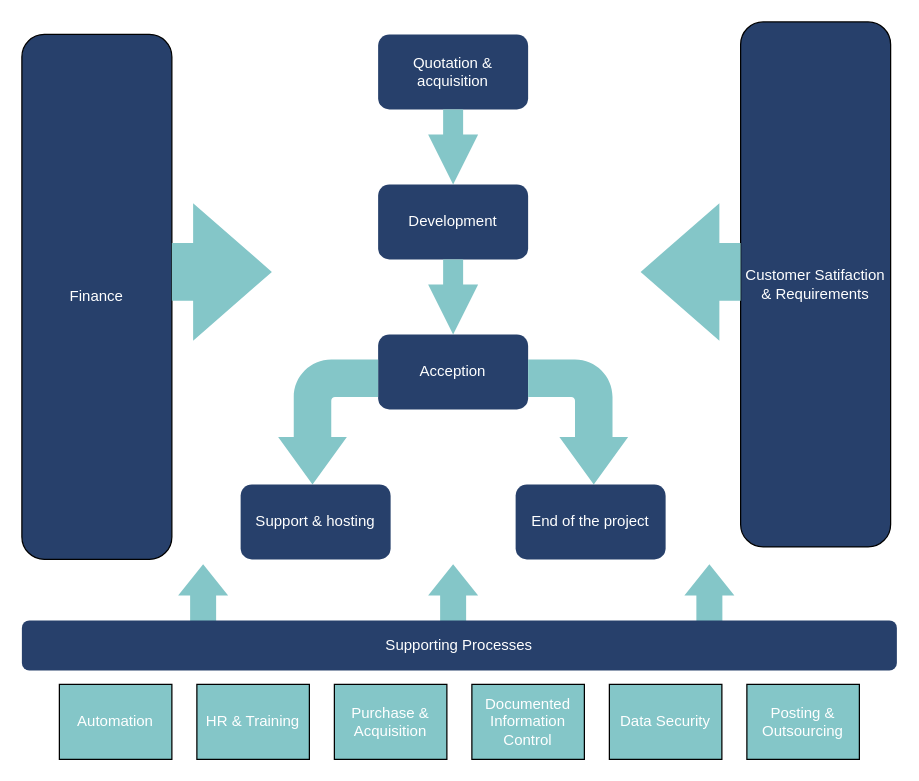
This is page "project process" (2 of 16) of gfx/verslag graphix.drawio from codefink2020/afstudeerverslag, a draw.io file, before an edit. Source tidied: cells renumbered, new cells numbered last; positions are measured from the earlier drawing's top-left corner, leaving out a move shared by most shapes. Both pictures are drawn from the tidied source at 125%, with x=0, y=0 at pixel (21, 21).
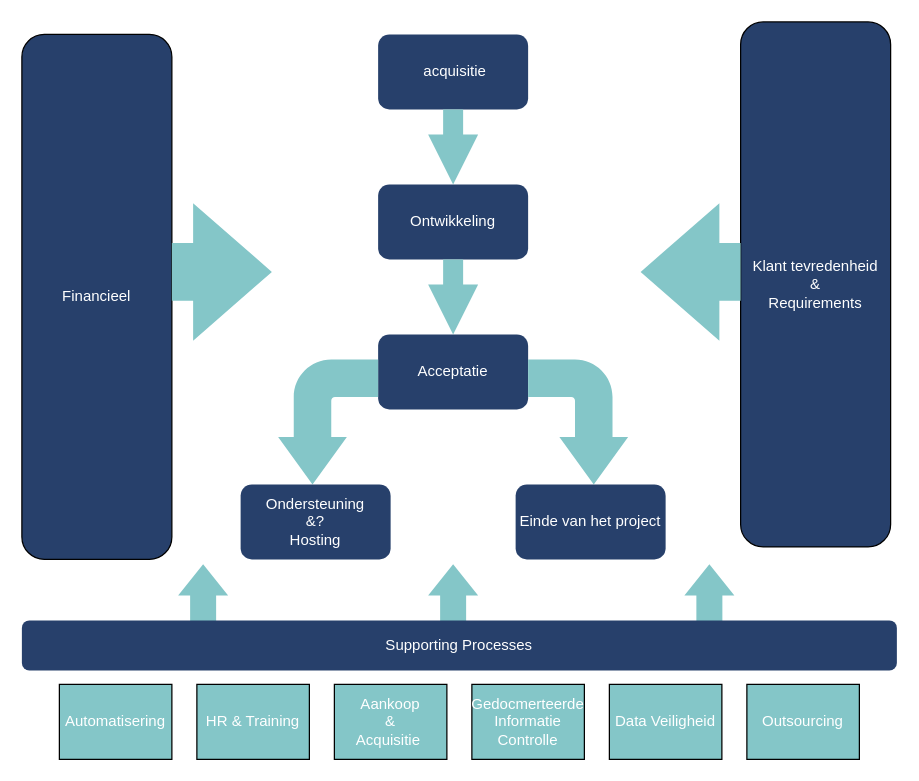
The same page after the edit.

What changed in the source:
```diff
@@
-    <mxCell id="2" value="Quotation &amp;amp; acquisition" style="rounded=1;whiteSpace=wrap;html=1;fontColor=#FFFFFF;fillColor=#27406B;strokeColor=none;" parent="1" vertex="1">
+    <mxCell id="2" value="&amp;nbsp;acquisitie" style="rounded=1;whiteSpace=wrap;html=1;fontColor=#FFFFFF;fillColor=#27406B;strokeColor=none;" parent="1" vertex="1">
       <mxGeometry x="285" y="10" width="120" height="60" as="geometry" />
     </mxCell>
@@
-    <mxCell id="4" value="Development" style="rounded=1;whiteSpace=wrap;html=1;fontColor=#FFFFFF;fillColor=#27406B;strokeColor=none;" parent="1" vertex="1">
+    <mxCell id="4" value="Ontwikkeling" style="rounded=1;whiteSpace=wrap;html=1;fontColor=#FFFFFF;fillColor=#27406B;strokeColor=none;" parent="1" vertex="1">
       <mxGeometry x="285" y="130" width="120" height="60" as="geometry" />
     </mxCell>
@@
-    <mxCell id="6" value="Acception" style="rounded=1;whiteSpace=wrap;html=1;fontColor=#FFFFFF;fillColor=#27406B;strokeColor=none;" parent="1" vertex="1">
+    <mxCell id="6" value="Acceptatie" style="rounded=1;whiteSpace=wrap;html=1;fontColor=#FFFFFF;fillColor=#27406B;strokeColor=none;" parent="1" vertex="1">
       <mxGeometry x="285" y="250" width="120" height="60" as="geometry" />
     </mxCell>
@@
-    <mxCell id="9" value="Support &amp;amp; hosting" style="rounded=1;whiteSpace=wrap;html=1;fontColor=#FFFFFF;fillColor=#27406B;strokeColor=none;" parent="1" vertex="1">
+    <mxCell id="9" value="Ondersteuning &lt;br&gt;&amp;amp;?&lt;br&gt;Hosting" style="rounded=1;whiteSpace=wrap;html=1;fontColor=#FFFFFF;fillColor=#27406B;strokeColor=none;" parent="1" vertex="1">
       <mxGeometry x="175" y="370" width="120" height="60" as="geometry" />
     </mxCell>
-    <mxCell id="10" value="End of the project" style="rounded=1;whiteSpace=wrap;html=1;fontColor=#FFFFFF;fillColor=#27406B;strokeColor=none;" parent="1" vertex="1">
+    <mxCell id="10" value="Einde van het project" style="rounded=1;whiteSpace=wrap;html=1;fontColor=#FFFFFF;fillColor=#27406B;strokeColor=none;" parent="1" vertex="1">
       <mxGeometry x="395" y="370" width="120" height="60" as="geometry" />
     </mxCell>
-    <mxCell id="11" value="Finance" style="rounded=1;whiteSpace=wrap;html=1;fontColor=#FFFFFF;fillColor=#27406B;" parent="1" vertex="1">
+    <mxCell id="11" value="Financieel" style="rounded=1;whiteSpace=wrap;html=1;fontColor=#FFFFFF;fillColor=#27406B;" parent="1" vertex="1">
       <mxGeometry y="10" width="120" height="420" as="geometry" />
     </mxCell>
@@
-    <mxCell id="13" value="Customer Satifaction &amp;amp; Requirements" style="rounded=1;whiteSpace=wrap;html=1;fontColor=#FFFFFF;fillColor=#27406B;flipV=1;" parent="1" vertex="1">
+    <mxCell id="13" value="Klant tevredenheid &lt;br&gt;&amp;amp;&lt;br&gt;Requirements" style="rounded=1;whiteSpace=wrap;html=1;fontColor=#FFFFFF;fillColor=#27406B;flipV=1;" parent="1" vertex="1">
       <mxGeometry x="575" width="120" height="420" as="geometry" />
     </mxCell>
@@
-    <mxCell id="19" value="Data Security" style="rounded=0;whiteSpace=wrap;html=1;fontColor=#FFFFFF;fillColor=#84C6C8;" parent="1" vertex="1">
+    <mxCell id="19" value="Data Veiligheid" style="rounded=0;whiteSpace=wrap;html=1;fontColor=#FFFFFF;fillColor=#84C6C8;" parent="1" vertex="1">
       <mxGeometry x="470" y="530" width="90" height="60" as="geometry" />
     </mxCell>
-    <mxCell id="20" value="Posting &amp;amp; Outsourcing" style="rounded=0;whiteSpace=wrap;html=1;fontColor=#FFFFFF;fillColor=#84C6C8;" parent="1" vertex="1">
+    <mxCell id="20" value="Outsourcing" style="rounded=0;whiteSpace=wrap;html=1;fontColor=#FFFFFF;fillColor=#84C6C8;" parent="1" vertex="1">
       <mxGeometry x="580" y="530" width="90" height="60" as="geometry" />
     </mxCell>
-    <mxCell id="21" value="Documented Information Control" style="rounded=0;whiteSpace=wrap;html=1;fontColor=#FFFFFF;fillColor=#84C6C8;" parent="1" vertex="1">
+    <mxCell id="21" value="Gedocmerteerde&lt;br&gt;Informatie &lt;br&gt;Controlle" style="rounded=0;whiteSpace=wrap;html=1;fontColor=#FFFFFF;fillColor=#84C6C8;" parent="1" vertex="1">
       <mxGeometry x="360" y="530" width="90" height="60" as="geometry" />
     </mxCell>
-    <mxCell id="22" value="Purchase &amp;amp; Acquisition" style="rounded=0;whiteSpace=wrap;html=1;fontColor=#FFFFFF;fillColor=#84C6C8;" parent="1" vertex="1">
+    <mxCell id="22" value="Aankoop &lt;br&gt;&amp;amp;&lt;br&gt;Acquisitie&amp;nbsp;" style="rounded=0;whiteSpace=wrap;html=1;fontColor=#FFFFFF;fillColor=#84C6C8;" parent="1" vertex="1">
       <mxGeometry x="250" y="530" width="90" height="60" as="geometry" />
     </mxCell>
@@
-    <mxCell id="24" value="Automation" style="rounded=0;whiteSpace=wrap;html=1;fontColor=#FFFFFF;fillColor=#84C6C8;" parent="1" vertex="1">
+    <mxCell id="24" value="Automatisering" style="rounded=0;whiteSpace=wrap;html=1;fontColor=#FFFFFF;fillColor=#84C6C8;" parent="1" vertex="1">
       <mxGeometry x="30" y="530" width="90" height="60" as="geometry" />
     </mxCell>
```
